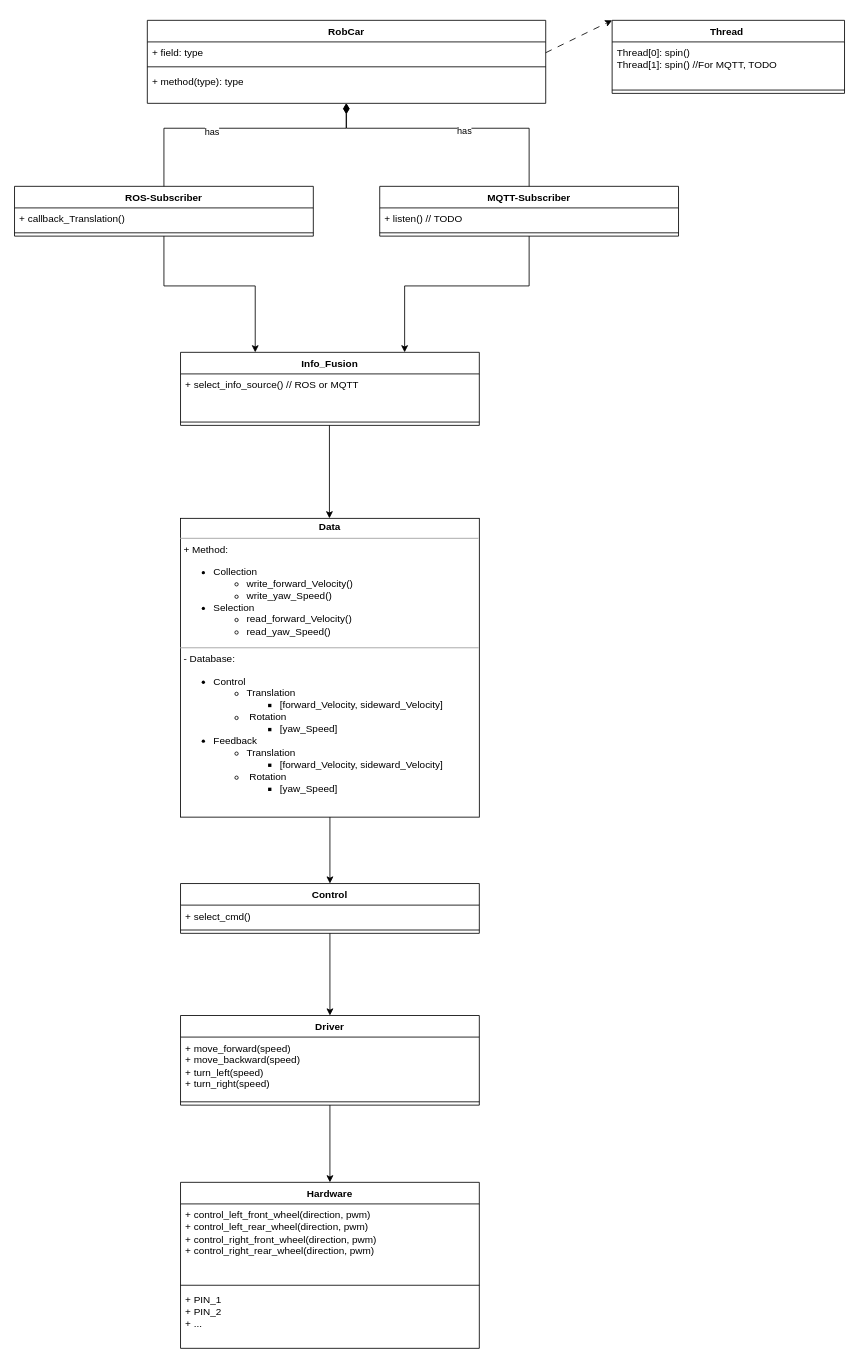
This is Documentation/Software_Architecture.drawio from ICH-BIN-HXM/RobCar, a draw.io file, before an edit. Source tidied: cells renumbered, new cells numbered last; positions are measured from the earlier drawing's top-left corner, leaving out a move shared by most shapes. Both pictures are drawn from the tidied source at 83%, with x=0, y=0 at pixel (14, 20).
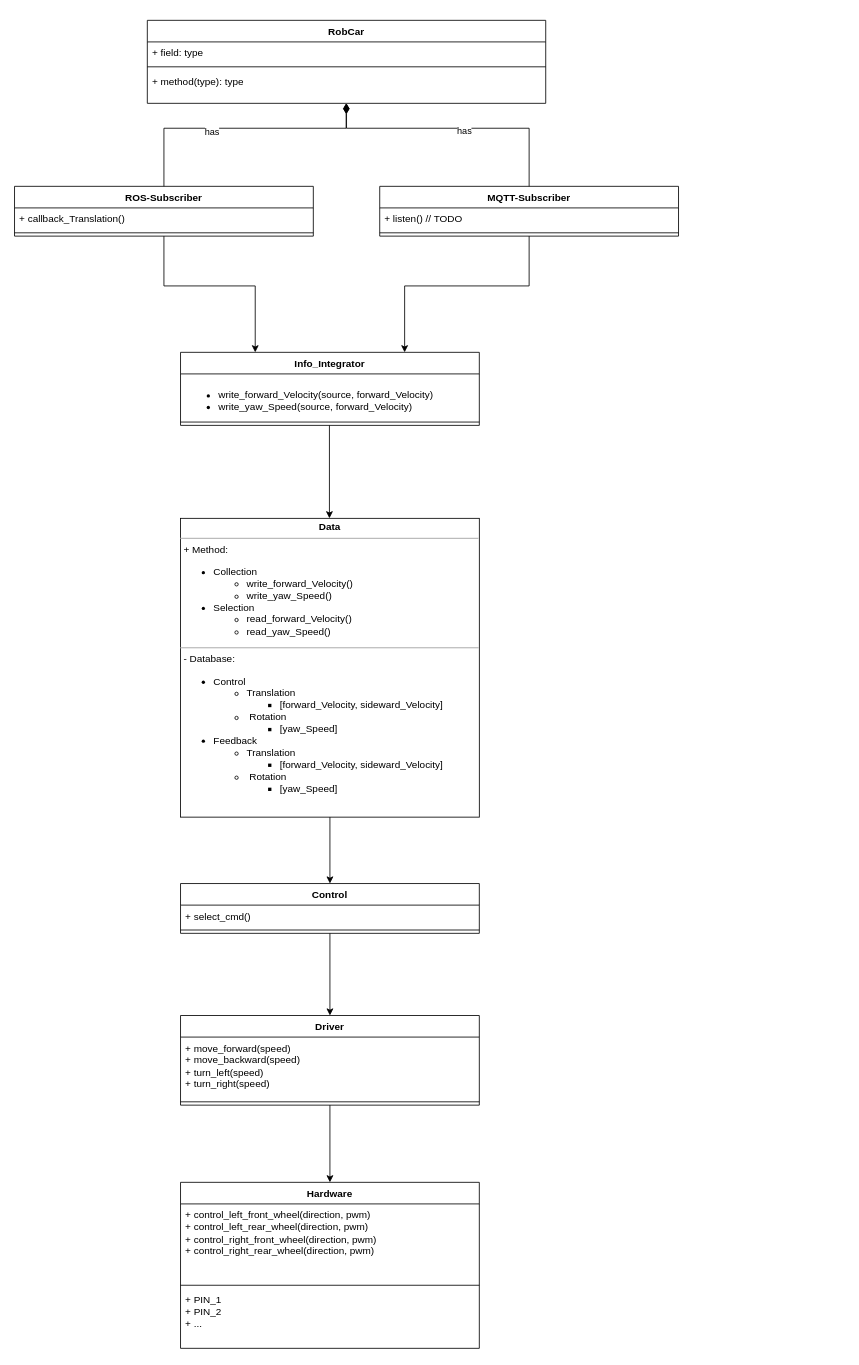
The same diagram, later.

Unchanged cells that the change refers to:
```xml
<mxCell id="4" value="+ field: type" style="text;strokeColor=none;fillColor=none;align=left;verticalAlign=top;spacingLeft=4;spacingRight=4;overflow=hidden;points=[[0,0.5],[1,0.5]];portConstraint=eastwest;whiteSpace=wrap;html=1;" parent="3" vertex="1">
  <mxGeometry y="26" width="480" height="26" as="geometry" />
</mxCell>
```

What changed in the source:
```diff
@@
-    <mxCell id="19" value="Thread&amp;nbsp;" style="swimlane;fontStyle=1;align=center;verticalAlign=top;horizontal=1;startSize=26;whiteSpace=wrap;html=1;" parent="1" vertex="1">
-      <mxGeometry x="720" width="280" height="88" as="geometry" />
-    </mxCell>
-    <mxCell id="20" value="Thread[0]: spin()&amp;nbsp;&lt;br&gt;Thread[1]: spin() //For MQTT, TODO&amp;nbsp;" style="text;strokeColor=none;fillColor=none;align=left;verticalAlign=top;spacingLeft=4;spacingRight=4;overflow=hidden;whiteSpace=wrap;html=1;" parent="19" vertex="1">
-      <mxGeometry y="26" width="280" height="54" as="geometry" />
-    </mxCell>
-    <mxCell id="21" style="line;strokeWidth=1;fillColor=none;align=left;verticalAlign=middle;spacingTop=-1;spacingLeft=3;spacingRight=3;labelPosition=right;strokeColor=inherit;" parent="19" vertex="1">
-      <mxGeometry y="80" width="280" height="8" as="geometry" />
-    </mxCell>
-    <mxCell id="22" style="endArrow=classic;html=1;rounded=0;exitX=1;exitY=0.5;exitDx=0;exitDy=0;entryX=0;entryY=0;entryDx=0;entryDy=0;dashed=1;dashPattern=8 8;" parent="1" edge="1" source="4" target="19">
-      <mxGeometry relative="1" as="geometry" />
-    </mxCell>
@@
-    <mxCell id="30" value="Info_Fusion" style="swimlane;fontStyle=1;align=center;verticalAlign=top;horizontal=1;startSize=26;whiteSpace=wrap;html=1;" parent="1" vertex="1">
+    <mxCell id="30" value="Info_Integrator" style="swimlane;fontStyle=1;align=center;verticalAlign=top;horizontal=1;startSize=26;whiteSpace=wrap;html=1;" parent="1" vertex="1">
       <mxGeometry x="200" y="400" width="360" height="88" as="geometry" />
     </mxCell>
-    <mxCell id="31" value="+ select_info_source() // ROS or MQTT" style="text;strokeColor=none;fillColor=none;align=left;verticalAlign=top;spacingLeft=4;spacingRight=4;overflow=hidden;whiteSpace=wrap;html=1;" parent="30" vertex="1">
+    <mxCell id="31" value="&lt;ul style=&quot;border-color: var(--border-color);&quot;&gt;&lt;li style=&quot;border-color: var(--border-color);&quot;&gt;write_forward_Velocity(source, forward_Velocity)&amp;nbsp;&lt;/li&gt;&lt;li style=&quot;border-color: var(--border-color);&quot;&gt;write_yaw_Speed(source, forward_Velocity)&amp;nbsp;&lt;/li&gt;&lt;/ul&gt;" style="text;strokeColor=none;fillColor=none;align=left;verticalAlign=top;spacingLeft=4;spacingRight=4;overflow=hidden;whiteSpace=wrap;html=1;" parent="30" vertex="1">
       <mxGeometry y="26" width="360" height="54" as="geometry" />
     </mxCell>
```
